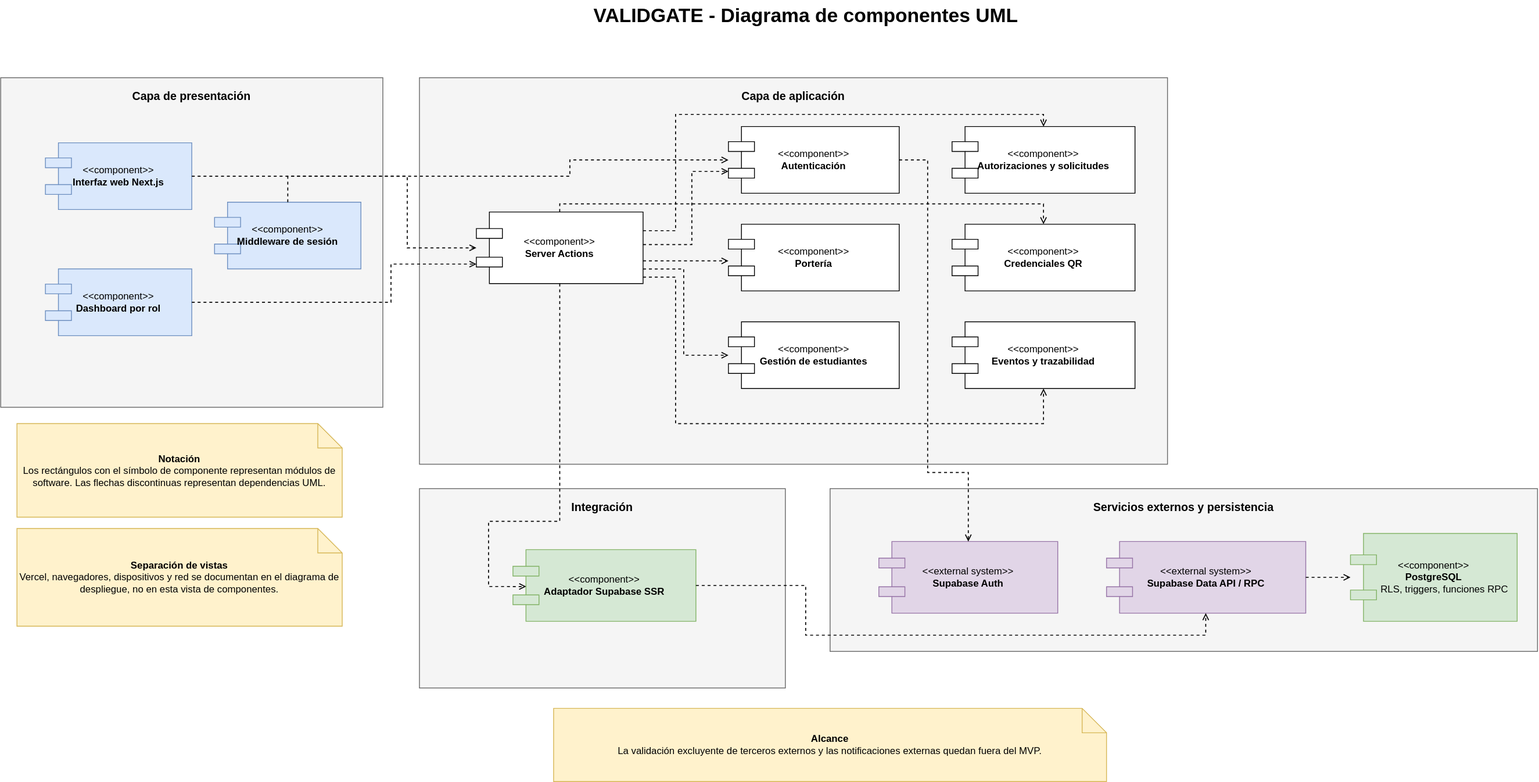
This is docs/validgate-context/resources/diagrams/validgate_diagrama_de_componentes.svg from Matooh/validGateApp, a draw.io export, as it was before one commit. Source tidied: cells renumbered, new cells last; positions are measured from the earlier drawing's top-left corner, leaving out a move shared by most shapes. Its diagram source:
```xml
<mxGraphModel>
  <root>
    <mxCell id="0" />
    <mxCell id="1" parent="0" />
    <mxCell id="2" value="VALIDGATE - Diagrama de componentes UML" style="text;html=1;strokeColor=none;fillColor=none;align=center;verticalAlign=middle;fontSize=24;fontStyle=1;" parent="1" vertex="1">
      <mxGeometry x="440" width="1100" height="38" as="geometry" />
    </mxCell>
    <mxCell id="3" value="Capa de presentación" style="shape=package;whiteSpace=wrap;html=1;boundedLbl=1;fillColor=#f5f5f5;strokeColor=#666666;fontStyle=1;fontSize=14;verticalAlign=top;spacingTop=8;" parent="1" vertex="1">
      <mxGeometry y="95" width="470" height="405" as="geometry" />
    </mxCell>
    <mxCell id="4" value="Capa de aplicación" style="shape=package;whiteSpace=wrap;html=1;boundedLbl=1;fillColor=#f5f5f5;strokeColor=#666666;fontStyle=1;fontSize=14;verticalAlign=top;spacingTop=8;" parent="1" vertex="1">
      <mxGeometry x="515" y="95" width="920" height="475" as="geometry" />
    </mxCell>
    <mxCell id="5" value="Integración" style="shape=package;whiteSpace=wrap;html=1;boundedLbl=1;fillColor=#f5f5f5;strokeColor=#666666;fontStyle=1;fontSize=14;verticalAlign=top;spacingTop=8;" parent="1" vertex="1">
      <mxGeometry x="515" y="600" width="450" height="245" as="geometry" />
    </mxCell>
    <mxCell id="6" value="Servicios externos y persistencia" style="shape=package;whiteSpace=wrap;html=1;boundedLbl=1;fillColor=#f5f5f5;strokeColor=#666666;fontStyle=1;fontSize=14;verticalAlign=top;spacingTop=8;" parent="1" vertex="1">
      <mxGeometry x="1020" y="600" width="870" height="200" as="geometry" />
    </mxCell>
    <mxCell id="7" value="&amp;lt;&amp;lt;component&amp;gt;&amp;gt;&lt;br&gt;&lt;b&gt;Interfaz web Next.js&lt;/b&gt;" style="shape=component;whiteSpace=wrap;html=1;fillColor=#dae8fc;strokeColor=#6c8ebf;align=center;verticalAlign=middle;fontSize=12;" parent="1" vertex="1">
      <mxGeometry x="55" y="175" width="180" height="82" as="geometry" />
    </mxCell>
    <mxCell id="8" value="&amp;lt;&amp;lt;component&amp;gt;&amp;gt;&lt;br&gt;&lt;b&gt;Dashboard por rol&lt;/b&gt;" style="shape=component;whiteSpace=wrap;html=1;fillColor=#dae8fc;strokeColor=#6c8ebf;align=center;verticalAlign=middle;fontSize=12;" parent="1" vertex="1">
      <mxGeometry x="55" y="330" width="180" height="82" as="geometry" />
    </mxCell>
    <mxCell id="9" value="&amp;lt;&amp;lt;component&amp;gt;&amp;gt;&lt;br&gt;&lt;b&gt;Middleware de sesión&lt;/b&gt;" style="shape=component;whiteSpace=wrap;html=1;fillColor=#dae8fc;strokeColor=#6c8ebf;align=center;verticalAlign=middle;fontSize=12;" parent="1" vertex="1">
      <mxGeometry x="263" y="248" width="180" height="82" as="geometry" />
    </mxCell>
    <mxCell id="10" value="&amp;lt;&amp;lt;component&amp;gt;&amp;gt;&lt;br&gt;&lt;b&gt;Server Actions&lt;/b&gt;" style="shape=component;whiteSpace=wrap;html=1;fillColor=#ffffff;strokeColor=#000000;align=center;verticalAlign=middle;fontSize=12;" parent="1" vertex="1">
      <mxGeometry x="585" y="260" width="205" height="88" as="geometry" />
    </mxCell>
    <mxCell id="11" value="&amp;lt;&amp;lt;component&amp;gt;&amp;gt;&lt;br&gt;&lt;b&gt;Autenticación&lt;/b&gt;" style="shape=component;whiteSpace=wrap;html=1;fillColor=#ffffff;strokeColor=#000000;align=center;verticalAlign=middle;fontSize=12;" parent="1" vertex="1">
      <mxGeometry x="895" y="155" width="210" height="82" as="geometry" />
    </mxCell>
    <mxCell id="12" value="&amp;lt;&amp;lt;component&amp;gt;&amp;gt;&lt;br&gt;&lt;b&gt;Portería&lt;/b&gt;" style="shape=component;whiteSpace=wrap;html=1;fillColor=#ffffff;strokeColor=#000000;align=center;verticalAlign=middle;fontSize=12;" parent="1" vertex="1">
      <mxGeometry x="895" y="275" width="210" height="82" as="geometry" />
    </mxCell>
    <mxCell id="13" value="&amp;lt;&amp;lt;component&amp;gt;&amp;gt;&lt;br&gt;&lt;b&gt;Gestión de estudiantes&lt;/b&gt;" style="shape=component;whiteSpace=wrap;html=1;fillColor=#ffffff;strokeColor=#000000;align=center;verticalAlign=middle;fontSize=12;" parent="1" vertex="1">
      <mxGeometry x="895" y="395" width="210" height="82" as="geometry" />
    </mxCell>
    <mxCell id="14" value="&amp;lt;&amp;lt;component&amp;gt;&amp;gt;&lt;br&gt;&lt;b&gt;Autorizaciones y solicitudes&lt;/b&gt;" style="shape=component;whiteSpace=wrap;html=1;fillColor=#ffffff;strokeColor=#000000;align=center;verticalAlign=middle;fontSize=12;" parent="1" vertex="1">
      <mxGeometry x="1170" y="155" width="225" height="82" as="geometry" />
    </mxCell>
    <mxCell id="15" value="&amp;lt;&amp;lt;component&amp;gt;&amp;gt;&lt;br&gt;&lt;b&gt;Credenciales QR&lt;/b&gt;" style="shape=component;whiteSpace=wrap;html=1;fillColor=#ffffff;strokeColor=#000000;align=center;verticalAlign=middle;fontSize=12;" parent="1" vertex="1">
      <mxGeometry x="1170" y="275" width="225" height="82" as="geometry" />
    </mxCell>
    <mxCell id="16" value="&amp;lt;&amp;lt;component&amp;gt;&amp;gt;&lt;br&gt;&lt;b&gt;Eventos y trazabilidad&lt;/b&gt;" style="shape=component;whiteSpace=wrap;html=1;fillColor=#ffffff;strokeColor=#000000;align=center;verticalAlign=middle;fontSize=12;" parent="1" vertex="1">
      <mxGeometry x="1170" y="395" width="225" height="82" as="geometry" />
    </mxCell>
    <mxCell id="17" value="&amp;lt;&amp;lt;component&amp;gt;&amp;gt;&lt;br&gt;&lt;b&gt;Adaptador Supabase SSR&lt;/b&gt;" style="shape=component;whiteSpace=wrap;html=1;fillColor=#d5e8d4;strokeColor=#82b366;align=center;verticalAlign=middle;fontSize=12;" parent="1" vertex="1">
      <mxGeometry x="630" y="675" width="225" height="88" as="geometry" />
    </mxCell>
    <mxCell id="18" value="&amp;lt;&amp;lt;external system&amp;gt;&amp;gt;&lt;br&gt;&lt;b&gt;Supabase Auth&lt;/b&gt;" style="shape=component;whiteSpace=wrap;html=1;fillColor=#e1d5e7;strokeColor=#9673a6;align=center;verticalAlign=middle;fontSize=12;" parent="1" vertex="1">
      <mxGeometry x="1080" y="665" width="220" height="88" as="geometry" />
    </mxCell>
    <mxCell id="19" value="&amp;lt;&amp;lt;external system&amp;gt;&amp;gt;&lt;br&gt;&lt;b&gt;Supabase Data API / RPC&lt;/b&gt;" style="shape=component;whiteSpace=wrap;html=1;fillColor=#e1d5e7;strokeColor=#9673a6;align=center;verticalAlign=middle;fontSize=12;" parent="1" vertex="1">
      <mxGeometry x="1360" y="665" width="245" height="88" as="geometry" />
    </mxCell>
    <mxCell id="20" value="&amp;lt;&amp;lt;component&amp;gt;&amp;gt;&lt;br&gt;&lt;b&gt;PostgreSQL&lt;/b&gt;&lt;br&gt;&lt;span style=&quot;white-space: pre;&quot;&gt;&#9;&lt;/span&gt;RLS, triggers, funciones RPC" style="shape=component;whiteSpace=wrap;html=1;fillColor=#d5e8d4;strokeColor=#82b366;align=center;verticalAlign=middle;fontSize=12;" parent="1" vertex="1">
      <mxGeometry x="1660" y="655" width="205" height="108" as="geometry" />
    </mxCell>
    <mxCell id="21" value="&lt;b&gt;Notación&lt;/b&gt;&lt;br&gt;Los rectángulos con el símbolo de componente representan módulos de software. Las flechas discontinuas representan dependencias UML." style="shape=note;whiteSpace=wrap;html=1;backgroundOutline=1;fillColor=#fff2cc;strokeColor=#d6b656;fontSize=12;" parent="1" vertex="1">
      <mxGeometry x="20" y="520" width="400" height="115" as="geometry" />
    </mxCell>
    <mxCell id="22" value="&lt;b&gt;Separación de vistas&lt;/b&gt;&lt;br&gt;Vercel, navegadores, dispositivos y red se documentan en el diagrama de despliegue, no en esta vista de componentes." style="shape=note;whiteSpace=wrap;html=1;backgroundOutline=1;fillColor=#fff2cc;strokeColor=#d6b656;fontSize=12;" parent="1" vertex="1">
      <mxGeometry x="20" y="649" width="400" height="120" as="geometry" />
    </mxCell>
    <mxCell id="23" value="&lt;b&gt;Alcance&lt;/b&gt;&lt;br&gt;La validación excluyente de terceros externos y las notificaciones externas quedan fuera del MVP." style="shape=note;whiteSpace=wrap;html=1;backgroundOutline=1;fillColor=#fff2cc;strokeColor=#d6b656;fontSize=12;" parent="1" vertex="1">
      <mxGeometry x="680" y="870" width="680" height="90" as="geometry" />
    </mxCell>
    <mxCell id="24" style="edgeStyle=orthogonalEdgeStyle;rounded=0;jettySize=auto;html=1;endArrow=open;endFill=0;dashed=1;strokeWidth=1.2;labelBackgroundColor=#ffffff;" parent="1" edge="1" source="7" target="10">
      <mxGeometry relative="1" as="geometry">
        <Array as="points">
          <mxPoint x="235" y="216" />
          <mxPoint x="500" y="216" />
          <mxPoint x="500" y="304" />
          <mxPoint x="585" y="304" />
        </Array>
      </mxGeometry>
    </mxCell>
    <mxCell id="25" style="edgeStyle=orthogonalEdgeStyle;rounded=0;jettySize=auto;html=1;endArrow=open;endFill=0;dashed=1;strokeWidth=1.2;labelBackgroundColor=#ffffff;" parent="1" edge="1" source="8" target="10">
      <mxGeometry relative="1" as="geometry">
        <Array as="points">
          <mxPoint x="235" y="371" />
          <mxPoint x="480" y="371" />
          <mxPoint x="480" y="324" />
          <mxPoint x="585" y="324" />
        </Array>
      </mxGeometry>
    </mxCell>
    <mxCell id="26" style="edgeStyle=orthogonalEdgeStyle;rounded=0;jettySize=auto;html=1;endArrow=open;endFill=0;dashed=1;strokeWidth=1.2;labelBackgroundColor=#ffffff;" parent="1" edge="1" source="9" target="11">
      <mxGeometry relative="1" as="geometry">
        <Array as="points">
          <mxPoint x="353" y="216" />
          <mxPoint x="700" y="216" />
          <mxPoint x="700" y="196" />
        </Array>
      </mxGeometry>
    </mxCell>
    <mxCell id="27" style="edgeStyle=orthogonalEdgeStyle;rounded=0;jettySize=auto;html=1;endArrow=open;endFill=0;dashed=1;strokeWidth=1.2;labelBackgroundColor=#ffffff;" parent="1" edge="1" source="10" target="11">
      <mxGeometry relative="1" as="geometry">
        <Array as="points">
          <mxPoint x="850" y="300" />
          <mxPoint x="850" y="210" />
        </Array>
      </mxGeometry>
    </mxCell>
    <mxCell id="28" style="edgeStyle=orthogonalEdgeStyle;rounded=0;jettySize=auto;html=1;endArrow=open;endFill=0;dashed=1;strokeWidth=1.2;labelBackgroundColor=#ffffff;" parent="1" edge="1" source="10" target="12">
      <mxGeometry relative="1" as="geometry">
        <Array as="points">
          <mxPoint x="840" y="320" />
          <mxPoint x="840" y="320" />
        </Array>
      </mxGeometry>
    </mxCell>
    <mxCell id="29" style="edgeStyle=orthogonalEdgeStyle;rounded=0;jettySize=auto;html=1;endArrow=open;endFill=0;dashed=1;strokeWidth=1.2;labelBackgroundColor=#ffffff;" parent="1" edge="1" source="10" target="13">
      <mxGeometry relative="1" as="geometry">
        <Array as="points">
          <mxPoint x="840" y="330" />
          <mxPoint x="840" y="436" />
        </Array>
      </mxGeometry>
    </mxCell>
    <mxCell id="30" style="edgeStyle=orthogonalEdgeStyle;rounded=0;jettySize=auto;html=1;endArrow=open;endFill=0;dashed=1;strokeWidth=1.2;labelBackgroundColor=#ffffff;entryX=0.5;entryY=0;entryDx=0;entryDy=0;" parent="1" edge="1" source="10" target="14">
      <mxGeometry relative="1" as="geometry">
        <Array as="points">
          <mxPoint x="830" y="283" />
          <mxPoint x="830" y="140" />
          <mxPoint x="1282.5" y="140" />
        </Array>
      </mxGeometry>
    </mxCell>
    <mxCell id="31" style="edgeStyle=orthogonalEdgeStyle;rounded=0;jettySize=auto;html=1;endArrow=open;endFill=0;dashed=1;strokeWidth=1.2;labelBackgroundColor=#ffffff;exitX=0.5;exitY=0;exitDx=0;exitDy=0;" parent="1" edge="1" source="10" target="15">
      <mxGeometry relative="1" as="geometry">
        <Array as="points">
          <mxPoint x="687.5" y="250" />
          <mxPoint x="1282.5" y="250" />
        </Array>
      </mxGeometry>
    </mxCell>
    <mxCell id="32" style="edgeStyle=orthogonalEdgeStyle;rounded=0;jettySize=auto;html=1;endArrow=open;endFill=0;dashed=1;strokeWidth=1.2;labelBackgroundColor=#ffffff;entryX=0.5;entryY=1;entryDx=0;entryDy=0;" parent="1" edge="1" source="10" target="16">
      <mxGeometry relative="1" as="geometry">
        <Array as="points">
          <mxPoint x="830" y="340" />
          <mxPoint x="830" y="520" />
          <mxPoint x="1282.5" y="520" />
        </Array>
      </mxGeometry>
    </mxCell>
    <mxCell id="33" style="edgeStyle=orthogonalEdgeStyle;rounded=0;jettySize=auto;html=1;endArrow=open;endFill=0;dashed=1;strokeWidth=1.2;labelBackgroundColor=#ffffff;entryX=0.072;entryY=0.515;entryDx=0;entryDy=0;entryPerimeter=0;" parent="1" edge="1" source="10" target="17">
      <mxGeometry relative="1" as="geometry">
        <Array as="points">
          <mxPoint x="687.5" y="640.1" />
          <mxPoint x="600" y="640.1" />
          <mxPoint x="600" y="720.2" />
        </Array>
      </mxGeometry>
    </mxCell>
    <mxCell id="34" style="edgeStyle=orthogonalEdgeStyle;rounded=0;jettySize=auto;html=1;endArrow=open;endFill=0;dashed=1;strokeWidth=1.2;labelBackgroundColor=#ffffff;entryX=0.5;entryY=0;entryDx=0;entryDy=0;" parent="1" edge="1" source="11" target="18">
      <mxGeometry relative="1" as="geometry">
        <Array as="points">
          <mxPoint x="1140.1" y="196" />
          <mxPoint x="1140.1" y="580" />
          <mxPoint x="1190" y="580" />
        </Array>
      </mxGeometry>
    </mxCell>
    <mxCell id="35" style="edgeStyle=orthogonalEdgeStyle;rounded=0;jettySize=auto;html=1;endArrow=open;endFill=0;dashed=1;strokeWidth=1.2;labelBackgroundColor=#ffffff;" parent="1" edge="1" source="17" target="19">
      <mxGeometry relative="1" as="geometry">
        <Array as="points">
          <mxPoint x="990" y="719" />
          <mxPoint x="990" y="780" />
          <mxPoint x="1482" y="780" />
        </Array>
      </mxGeometry>
    </mxCell>
    <mxCell id="36" style="edgeStyle=orthogonalEdgeStyle;rounded=0;jettySize=auto;html=1;endArrow=open;endFill=0;dashed=1;strokeWidth=1.2;labelBackgroundColor=#ffffff;" parent="1" edge="1" source="19" target="20">
      <mxGeometry relative="1" as="geometry">
        <Array as="points">
          <mxPoint x="1605" y="709" />
          <mxPoint x="1635" y="709" />
          <mxPoint x="1635" y="709" />
          <mxPoint x="1660" y="709" />
        </Array>
      </mxGeometry>
    </mxCell>
  </root>
</mxGraphModel>
```
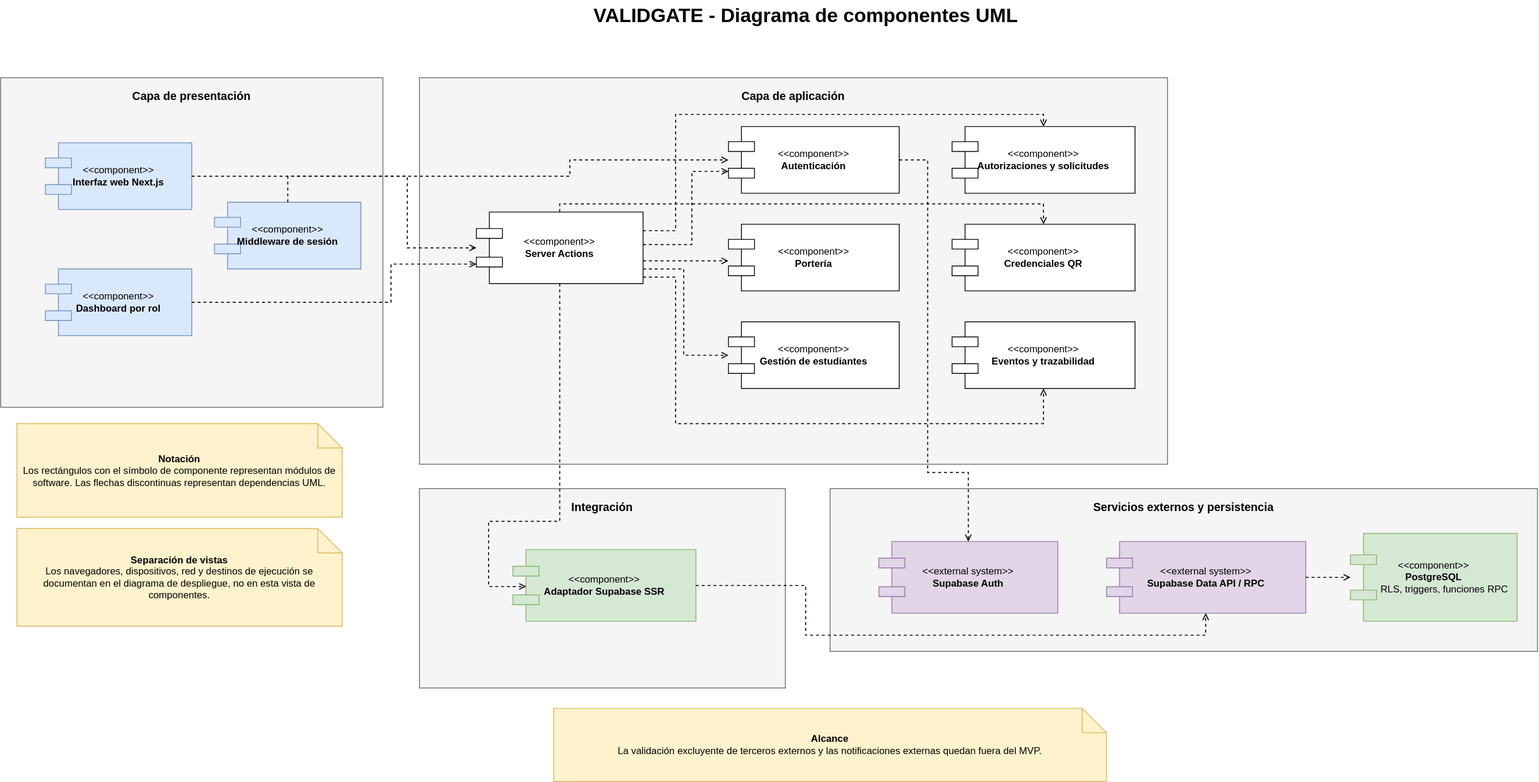
After the change.

Change to the diagram source:
```diff
@@ -62,7 +62,7 @@
     <mxCell id="21" value="&lt;b&gt;Notación&lt;/b&gt;&lt;br&gt;Los rectángulos con el símbolo de componente representan módulos de software. Las flechas discontinuas representan dependencias UML." style="shape=note;whiteSpace=wrap;html=1;backgroundOutline=1;fillColor=#fff2cc;strokeColor=#d6b656;fontSize=12;" parent="1" vertex="1">
       <mxGeometry x="20" y="520" width="400" height="115" as="geometry" />
     </mxCell>
-    <mxCell id="22" value="&lt;b&gt;Separación de vistas&lt;/b&gt;&lt;br&gt;Vercel, navegadores, dispositivos y red se documentan en el diagrama de despliegue, no en esta vista de componentes." style="shape=note;whiteSpace=wrap;html=1;backgroundOutline=1;fillColor=#fff2cc;strokeColor=#d6b656;fontSize=12;" parent="1" vertex="1">
+    <mxCell id="22" value="&lt;b&gt;Separación de vistas&lt;/b&gt;&lt;br&gt;Los navegadores, dispositivos, red y destinos de ejecución se documentan en el diagrama de despliegue, no en esta vista de componentes." style="shape=note;whiteSpace=wrap;html=1;backgroundOutline=1;fillColor=#fff2cc;strokeColor=#d6b656;fontSize=12;" parent="1" vertex="1">
       <mxGeometry x="20" y="649" width="400" height="120" as="geometry" />
     </mxCell>
     <mxCell id="23" value="&lt;b&gt;Alcance&lt;/b&gt;&lt;br&gt;La validación excluyente de terceros externos y las notificaciones externas quedan fuera del MVP." style="shape=note;whiteSpace=wrap;html=1;backgroundOutline=1;fillColor=#fff2cc;strokeColor=#d6b656;fontSize=12;" parent="1" vertex="1">
```
